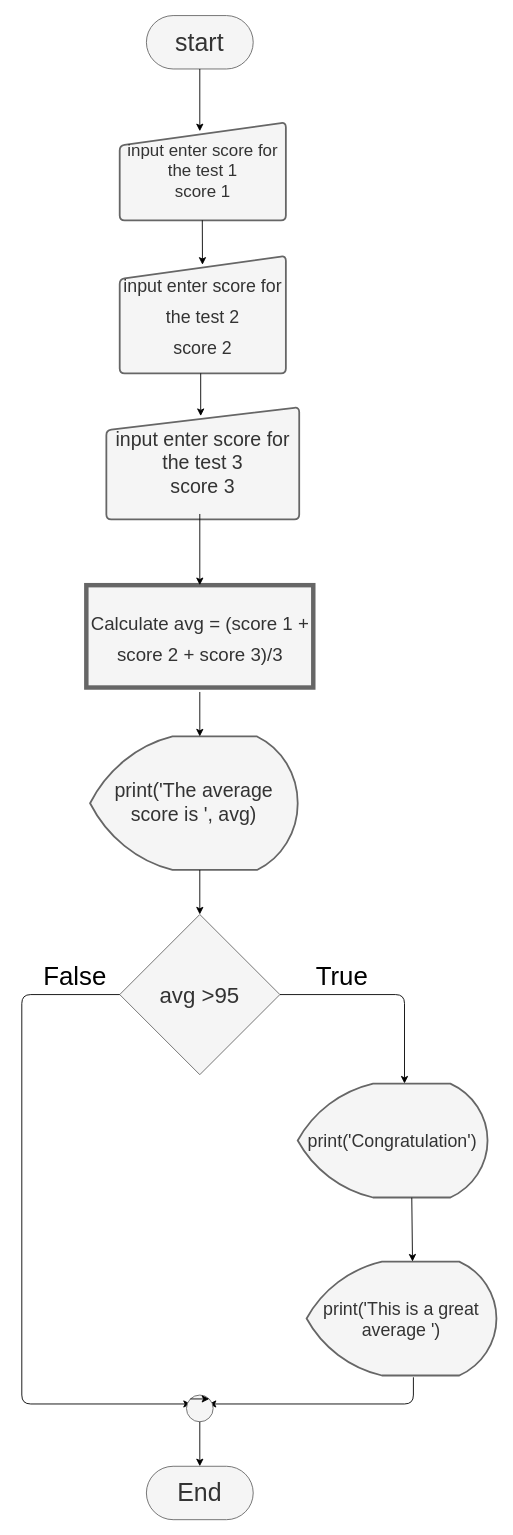
Before: L.3/flowwork01.drawio in JakapatJod/INE-PYTHON-64, a draw.io diagram. Source tidied: cells renumbered, new cells numbered last; positions are measured from the earlier drawing's top-left corner, leaving out a move shared by most shapes. Both pictures are drawn from the tidied source at 89%, with x=0, y=0 at pixel (21, 15).
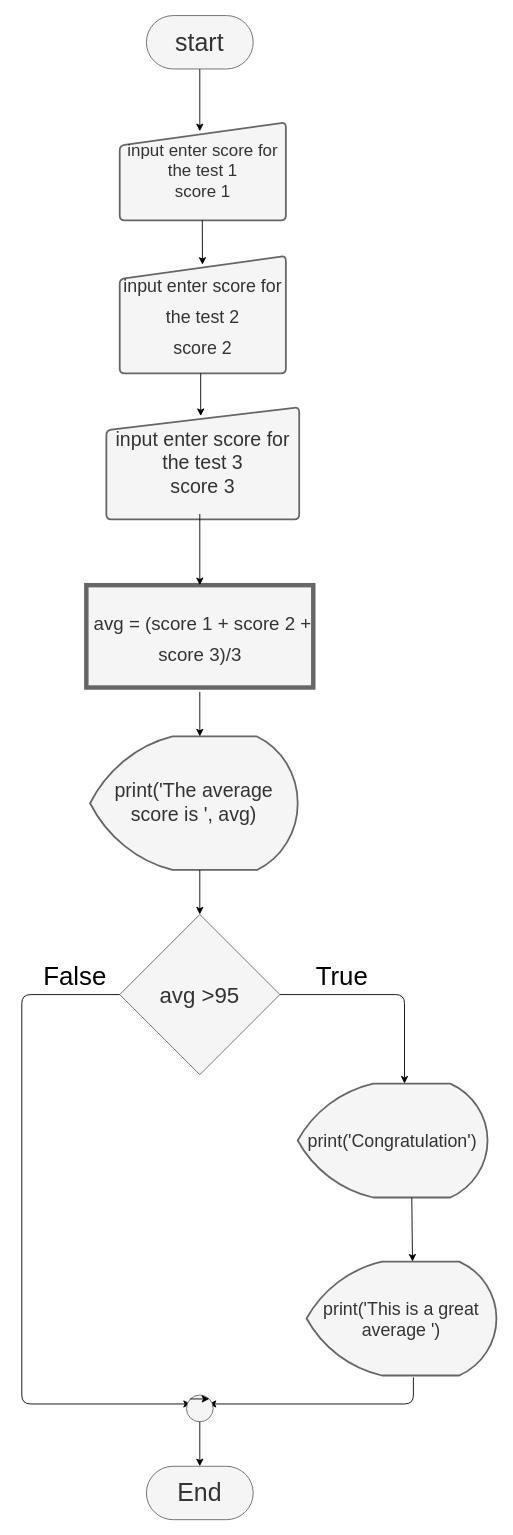
The same diagram, later.

The edit, as a diff of the source:
```diff
@@
-    <mxCell id="17" value="&lt;font style=&quot;font-size: 21px&quot;&gt;Calculate avg = (score 1 + score 2 + score 3)/3&lt;/font&gt;" style="rounded=0;whiteSpace=wrap;html=1;fontSize=29;strokeWidth=5;fillColor=#f5f5f5;strokeColor=#666666;fontColor=#333333;" parent="1" vertex="1">
+    <mxCell id="17" value="&lt;font style=&quot;font-size: 21px&quot;&gt;&amp;nbsp;avg = (score 1 + score 2 + score 3)/3&lt;/font&gt;" style="rounded=0;whiteSpace=wrap;html=1;fontSize=29;strokeWidth=5;fillColor=#f5f5f5;strokeColor=#666666;fontColor=#333333;" parent="1" vertex="1">
       <mxGeometry x="72.5" y="640" width="255" height="115" as="geometry" />
     </mxCell>
```
